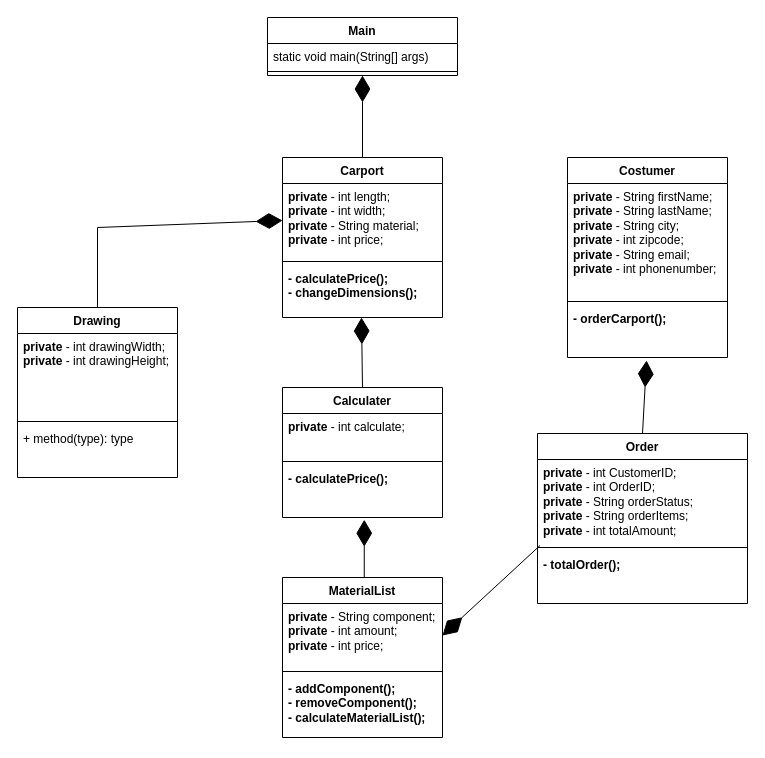
Earlier version of the draw.io diagram src/main/resources/diagrams/class diagram.drawio (RodneyMuyanga/2.-semesterprojekt-FOG). Source tidied: cells renumbered, new cells numbered last; positions are measured from the earlier drawing's top-left corner, leaving out a move shared by most shapes. Both pictures are drawn from the tidied source at 100%, with x=0, y=0 at pixel (17, 17).
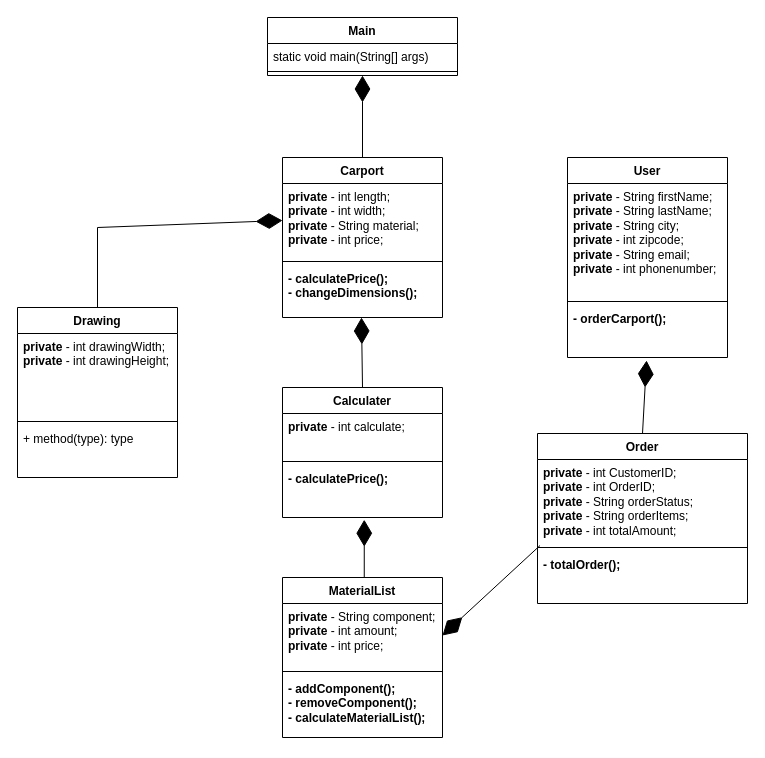
Above is the later version.

The edit, as a diff of the source:
```diff
@@
-    <mxCell id="6" value="Costumer" style="swimlane;fontStyle=1;align=center;verticalAlign=top;horizontal=1;startSize=26;whiteSpace=wrap;html=1;" parent="1" vertex="1">
+    <mxCell id="6" value="User" style="swimlane;fontStyle=1;align=center;verticalAlign=top;horizontal=1;startSize=26;whiteSpace=wrap;html=1;" parent="1" vertex="1">
       <mxGeometry x="550" y="140" width="160" height="200" as="geometry" />
     </mxCell>
```
